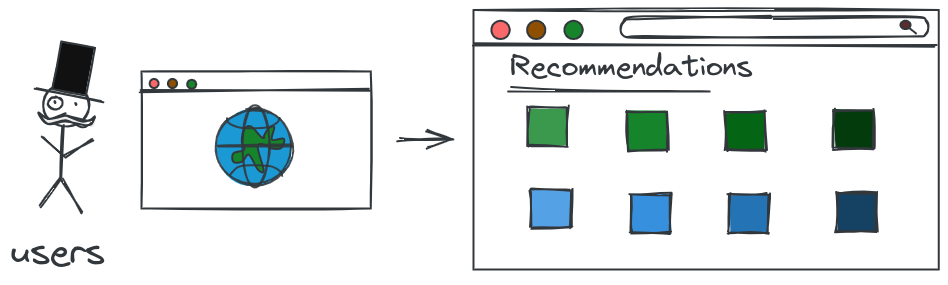
This is public/img/rec.png from shulavkarki/shulav.github.io, a Excalidraw export, as it was before one commit. Source tidied: one line per element, renumbered; positions are measured from the earlier drawing's top-left corner, leaving out a move shared by most shapes.
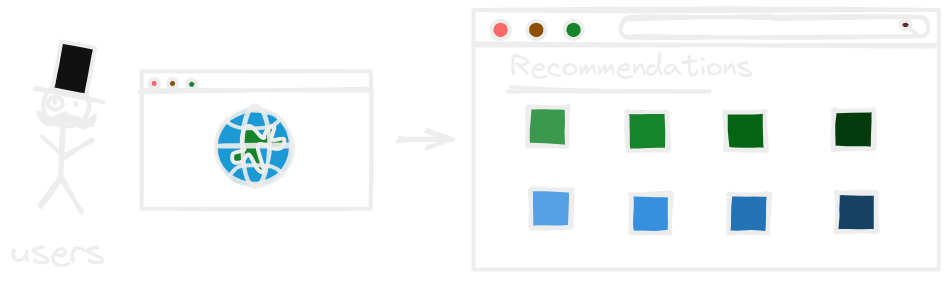
The same file after the commit.

Commit message:
recsys cover added.

Change to the diagram source:
```diff
@@ -1,43 +1,43 @@
-{"id": 0, "type": "arrow", "strokeColor": "#ced4da", "strokeWidth": 2, "roughness": 2, "endArrowhead": "arrow", "from": 26, "to": 1, "x": 388, "y": 131, "width": 52, "height": 2, "points": [[0, 0], [52, -2]]}
+{"id": 0, "type": "arrow", "strokeColor": "#000000", "strokeWidth": 4, "roughness": 2, "endArrowhead": "arrow", "from": 26, "to": 1, "x": 388, "y": 131, "width": 52, "height": 2, "points": [[0, 0], [52, -2]]}
-{"id": 1, "type": "rectangle", "strokeColor": "#ced4da", "strokeWidth": 2, "roughness": 1, "x": 464, "y": 0, "width": 465, "height": 259}
+{"id": 1, "type": "rectangle", "strokeColor": "#000000", "strokeWidth": 4, "roughness": 1, "x": 464, "y": 0, "width": 465, "height": 259}
-{"id": 2, "type": "line", "strokeColor": "#ced4da", "strokeWidth": 2, "roughness": 1, "round": true, "x": 463, "y": 34, "width": 462, "height": 2, "points": [[0, 0], [462, 2]]}
+{"id": 2, "type": "line", "strokeColor": "#000000", "strokeWidth": 4, "roughness": 1, "round": true, "x": 463, "y": 34, "width": 462, "height": 2, "points": [[0, 0], [462, 2]]}
-{"id": 3, "type": "text", "text": "Recommendations", "strokeColor": "#ced4da", "strokeWidth": 2, "roughness": 2, "fontSize": 29.79, "fontFamily": 1, "x": 500, "y": 39, "width": 243, "height": 37}
+{"id": 3, "type": "text", "text": "Recommendations", "strokeColor": "#000000", "strokeWidth": 4, "roughness": 2, "fontSize": 29.79, "fontFamily": 1, "x": 500, "y": 39, "width": 243, "height": 37}
-{"id": 4, "type": "rectangle", "strokeColor": "#ced4da", "backgroundColor": "#2f9e44", "fillStyle": "solid", "strokeWidth": 2, "roughness": 2, "x": 518, "y": 97, "width": 39, "height": 38}
+{"id": 4, "type": "rectangle", "strokeColor": "#000000", "backgroundColor": "#2f9e44", "fillStyle": "solid", "strokeWidth": 4, "roughness": 2, "x": 518, "y": 97, "width": 39, "height": 38}
-{"id": 5, "type": "line", "strokeColor": "#ced4da", "strokeWidth": 2, "roughness": 1, "round": true, "x": 762, "y": 7, "width": 303, "height": 20, "points": [[0, 0], [134, 0], [153, 4], [153, 18], [134, 20], [0, 20], [-124, 20], [-148, 20], [-149, 5], [-129, 0], [0, 0]]}
+{"id": 5, "type": "line", "strokeColor": "#000000", "strokeWidth": 4, "roughness": 1, "round": true, "x": 762, "y": 7, "width": 303, "height": 20, "points": [[0, 0], [134, 0], [153, 4], [153, 18], [134, 20], [0, 20], [-124, 20], [-148, 20], [-149, 5], [-129, 0], [0, 0]]}
-{"id": 6, "type": "line", "strokeColor": "#ced4da", "strokeWidth": 2, "roughness": 2, "x": 502, "y": 78, "width": 200, "height": 2, "points": [[0, 0], [200, 2]]}
+{"id": 6, "type": "line", "strokeColor": "#000000", "strokeWidth": 4, "roughness": 2, "x": 502, "y": 78, "width": 200, "height": 2, "points": [[0, 0], [200, 2]]}
-{"id": 7, "type": "rectangle", "strokeColor": "#ced4da", "backgroundColor": "#69db7c", "fillStyle": "solid", "strokeWidth": 2, "roughness": 2, "x": 716, "y": 102, "width": 39, "height": 38}
+{"id": 7, "type": "rectangle", "strokeColor": "#000000", "backgroundColor": "#69db7c", "fillStyle": "solid", "strokeWidth": 4, "roughness": 2, "x": 716, "y": 102, "width": 39, "height": 38}
-{"id": 8, "type": "rectangle", "strokeColor": "#ced4da", "backgroundColor": "#40c057", "fillStyle": "solid", "strokeWidth": 2, "roughness": 2, "x": 618, "y": 102, "width": 39, "height": 38}
+{"id": 8, "type": "rectangle", "strokeColor": "#000000", "backgroundColor": "#40c057", "fillStyle": "solid", "strokeWidth": 4, "roughness": 2, "x": 618, "y": 102, "width": 39, "height": 38}
-{"id": 9, "type": "rectangle", "strokeColor": "#ced4da", "backgroundColor": "#b2f2bb", "fillStyle": "solid", "strokeWidth": 2, "roughness": 2, "x": 824, "y": 101, "width": 39, "height": 38}
+{"id": 9, "type": "rectangle", "strokeColor": "#000000", "backgroundColor": "#b2f2bb", "fillStyle": "solid", "strokeWidth": 4, "roughness": 2, "x": 824, "y": 101, "width": 39, "height": 38}
-{"id": 10, "type": "rectangle", "strokeColor": "#ced4da", "backgroundColor": "#1971c2", "fillStyle": "solid", "strokeWidth": 2, "roughness": 2, "x": 521, "y": 180, "width": 39, "height": 38}
+{"id": 10, "type": "rectangle", "strokeColor": "#000000", "backgroundColor": "#1971c2", "fillStyle": "solid", "strokeWidth": 4, "roughness": 2, "x": 521, "y": 180, "width": 39, "height": 38}
-{"id": 11, "type": "rectangle", "strokeColor": "#ced4da", "backgroundColor": "#4dabf7", "fillStyle": "solid", "strokeWidth": 2, "roughness": 2, "x": 719, "y": 185, "width": 39, "height": 38}
+{"id": 11, "type": "rectangle", "strokeColor": "#000000", "backgroundColor": "#4dabf7", "fillStyle": "solid", "strokeWidth": 4, "roughness": 2, "x": 719, "y": 185, "width": 39, "height": 38}
-{"id": 12, "type": "rectangle", "strokeColor": "#ced4da", "backgroundColor": "#228be6", "fillStyle": "solid", "strokeWidth": 2, "roughness": 2, "x": 621, "y": 185, "width": 39, "height": 38}
+{"id": 12, "type": "rectangle", "strokeColor": "#000000", "backgroundColor": "#228be6", "fillStyle": "solid", "strokeWidth": 4, "roughness": 2, "x": 621, "y": 185, "width": 39, "height": 38}
-{"id": 13, "type": "rectangle", "strokeColor": "#ced4da", "backgroundColor": "#a5d8ff", "fillStyle": "solid", "strokeWidth": 2, "roughness": 2, "x": 827, "y": 183, "width": 39, "height": 38}
+{"id": 13, "type": "rectangle", "strokeColor": "#000000", "backgroundColor": "#a5d8ff", "fillStyle": "solid", "strokeWidth": 4, "roughness": 2, "x": 827, "y": 183, "width": 39, "height": 38}
-{"id": 14, "type": "ellipse", "strokeColor": "#ced4da", "strokeWidth": 2, "roughness": 1, "x": 33, "y": 74, "width": 47, "height": 43}
+{"id": 14, "type": "ellipse", "strokeColor": "#000000", "strokeWidth": 4, "roughness": 1, "x": 33, "y": 74, "width": 47, "height": 43}
-{"id": 15, "type": "line", "strokeColor": "#ced4da", "backgroundColor": "#ced4da", "fillStyle": "solid", "strokeWidth": 2, "roughness": 1, "round": true, "x": 54, "y": 116, "width": 2, "height": 52, "points": [[0, 0], [-2, 52]]}
+{"id": 15, "type": "line", "strokeColor": "#000000", "backgroundColor": "#ced4da", "fillStyle": "solid", "strokeWidth": 4, "roughness": 1, "round": true, "x": 54, "y": 116, "width": 2, "height": 52, "points": [[0, 0], [-2, 52]]}
-{"id": 16, "type": "line", "strokeColor": "#ced4da", "backgroundColor": "#ced4da", "fillStyle": "solid", "strokeWidth": 2, "roughness": 1, "round": true, "x": 51, "y": 170, "width": 21, "height": 32, "points": [[0, 0], [21, 32]]}
+{"id": 16, "type": "line", "strokeColor": "#000000", "backgroundColor": "#ced4da", "fillStyle": "solid", "strokeWidth": 4, "roughness": 1, "round": true, "x": 51, "y": 170, "width": 21, "height": 32, "points": [[0, 0], [21, 32]]}
-{"id": 17, "type": "line", "strokeColor": "#ced4da", "backgroundColor": "#ced4da", "fillStyle": "solid", "strokeWidth": 2, "roughness": 1, "round": true, "x": 51, "y": 169, "width": 20, "height": 27, "points": [[0, 0], [-20, 27]]}
+{"id": 17, "type": "line", "strokeColor": "#000000", "backgroundColor": "#ced4da", "fillStyle": "solid", "strokeWidth": 4, "roughness": 1, "round": true, "x": 51, "y": 169, "width": 20, "height": 27, "points": [[0, 0], [-20, 27]]}
-{"id": 18, "type": "line", "strokeColor": "#ced4da", "backgroundColor": "#ced4da", "fillStyle": "solid", "strokeWidth": 2, "roughness": 1, "round": true, "x": 33, "y": 126, "width": 20, "height": 19, "points": [[0, 0], [20, 19]]}
+{"id": 18, "type": "line", "strokeColor": "#000000", "backgroundColor": "#ced4da", "fillStyle": "solid", "strokeWidth": 4, "roughness": 1, "round": true, "x": 33, "y": 126, "width": 20, "height": 19, "points": [[0, 0], [20, 19]]}
-{"id": 19, "type": "line", "strokeColor": "#ced4da", "backgroundColor": "#ced4da", "fillStyle": "solid", "strokeWidth": 2, "roughness": 1, "round": true, "x": 55, "y": 146, "width": 29, "height": 16, "points": [[0, 0], [29, -16]]}
+{"id": 19, "type": "line", "strokeColor": "#000000", "backgroundColor": "#ced4da", "fillStyle": "solid", "strokeWidth": 4, "roughness": 1, "round": true, "x": 55, "y": 146, "width": 29, "height": 16, "points": [[0, 0], [29, -16]]}
-{"id": 20, "type": "line", "strokeColor": "#ced4da", "strokeWidth": 2, "roughness": 1, "round": true, "x": 25, "y": 78, "width": 67, "height": 14, "points": [[0, 0], [67, 14]]}
+{"id": 20, "type": "line", "strokeColor": "#000000", "strokeWidth": 4, "roughness": 1, "round": true, "x": 25, "y": 78, "width": 67, "height": 14, "points": [[0, 0], [67, 14]]}
-{"id": 21, "type": "rectangle", "strokeColor": "#ced4da", "angle": 0.19, "backgroundColor": "#fff", "fillStyle": "solid", "strokeWidth": 2, "roughness": 1, "x": 46, "y": 34, "width": 34, "height": 48}
+{"id": 21, "type": "rectangle", "strokeColor": "#000000", "angle": 0.19, "backgroundColor": "#fff", "fillStyle": "solid", "strokeWidth": 4, "roughness": 1, "x": 46, "y": 34, "width": 34, "height": 48}
-{"id": 22, "type": "line", "strokeColor": "#ced4da", "backgroundColor": "#000", "fillStyle": "solid", "strokeWidth": 2, "roughness": 1, "round": true, "x": 56, "y": 104, "width": 56, "height": 13, "points": [[0, 0], [17, 6], [24, 6], [29, 2], [25, 11], [17, 11], [0, 7], [-17, 9], [-27, -2], [-17, 4], [0, 0]]}
+{"id": 22, "type": "line", "strokeColor": "#000000", "backgroundColor": "#000", "fillStyle": "solid", "strokeWidth": 4, "roughness": 1, "round": true, "x": 56, "y": 104, "width": 56, "height": 13, "points": [[0, 0], [17, 6], [24, 6], [29, 2], [25, 11], [17, 11], [0, 7], [-17, 9], [-27, -2], [-17, 4], [0, 0]]}
-{"id": 23, "type": "ellipse", "strokeColor": "#ced4da", "strokeWidth": 2, "roughness": 1, "x": 38, "y": 87, "width": 15, "height": 12}
+{"id": 23, "type": "ellipse", "strokeColor": "#000000", "strokeWidth": 4, "roughness": 1, "x": 38, "y": 87, "width": 15, "height": 12}
-{"id": 24, "type": "ellipse", "strokeColor": "#ced4da", "strokeWidth": 2, "roughness": 1, "x": 45, "y": 92, "width": 1, "height": 1}
+{"id": 24, "type": "ellipse", "strokeColor": "#000000", "strokeWidth": 4, "roughness": 1, "x": 45, "y": 92, "width": 1, "height": 1}
-{"id": 25, "type": "ellipse", "strokeColor": "#ced4da", "strokeWidth": 2, "roughness": 1, "x": 65, "y": 93, "width": 1, "height": 1}
+{"id": 25, "type": "ellipse", "strokeColor": "#000000", "strokeWidth": 4, "roughness": 1, "x": 65, "y": 93, "width": 1, "height": 1}
-{"id": 26, "type": "rectangle", "strokeColor": "#ced4da", "strokeWidth": 2, "roughness": 1, "x": 132, "y": 61, "width": 229, "height": 137}
+{"id": 26, "type": "rectangle", "strokeColor": "#000000", "strokeWidth": 4, "roughness": 1, "x": 132, "y": 61, "width": 229, "height": 137}
-{"id": 27, "type": "line", "strokeColor": "#ced4da", "strokeWidth": 2, "roughness": 1, "round": true, "x": 130, "y": 81, "width": 231, "height": 0, "points": [[0, 0], [231, 0]]}
+{"id": 27, "type": "line", "strokeColor": "#000000", "strokeWidth": 4, "roughness": 1, "round": true, "x": 130, "y": 81, "width": 231, "height": 0, "points": [[0, 0], [231, 0]]}
-{"id": 28, "type": "ellipse", "strokeColor": "#ced4da", "backgroundColor": "#fa5252", "fillStyle": "solid", "strokeWidth": 2, "roughness": 0, "x": 140, "y": 69, "width": 9, "height": 9}
+{"id": 28, "type": "ellipse", "strokeColor": "#000000", "backgroundColor": "#fa5252", "fillStyle": "solid", "strokeWidth": 4, "roughness": 0, "x": 140, "y": 69, "width": 9, "height": 9}
-{"id": 29, "type": "ellipse", "strokeColor": "#ced4da", "backgroundColor": "#fab005", "fillStyle": "solid", "strokeWidth": 2, "roughness": 0, "x": 158, "y": 69, "width": 9, "height": 9}
+{"id": 29, "type": "ellipse", "strokeColor": "#000000", "backgroundColor": "#fab005", "fillStyle": "solid", "strokeWidth": 4, "roughness": 0, "x": 158, "y": 69, "width": 9, "height": 9}
-{"id": 30, "type": "ellipse", "strokeColor": "#ced4da", "backgroundColor": "#40c057", "fillStyle": "solid", "strokeWidth": 2, "roughness": 0, "x": 177, "y": 70, "width": 9, "height": 9}
+{"id": 30, "type": "ellipse", "strokeColor": "#000000", "backgroundColor": "#40c057", "fillStyle": "solid", "strokeWidth": 4, "roughness": 0, "x": 177, "y": 70, "width": 9, "height": 9}
-{"id": 31, "type": "ellipse", "strokeColor": "#ced4da", "backgroundColor": "#04aaf7", "fillStyle": "solid", "strokeWidth": 2, "roughness": 1, "opacity": 90, "x": 206, "y": 99, "width": 77, "height": 77}
+{"id": 31, "type": "ellipse", "strokeColor": "#000000", "backgroundColor": "#04aaf7", "fillStyle": "solid", "strokeWidth": 4, "roughness": 1, "opacity": 90, "x": 206, "y": 99, "width": 77, "height": 77}
-{"id": 32, "type": "line", "strokeColor": "#ced4da", "backgroundColor": "#40c057", "fillStyle": "solid", "strokeWidth": 2, "roughness": 0, "round": true, "x": 254, "y": 128, "width": 51, "height": 44, "points": [[0, 0], [-3, -1], [-14, -11], [-20, -8], [-23, 4], [-20, 12], [-31, 16], [-31, 24], [-22, 24], [-16, 17], [-6, 32], [-1, 33], [-7, 9], [2, 8], [6, 11], [17, 11], [19, 1], [8, 2], [10, -10], [4, -10], [0, -2], [0, 0]]}
+{"id": 32, "type": "line", "strokeColor": "#000000", "backgroundColor": "#40c057", "fillStyle": "solid", "strokeWidth": 4, "roughness": 0, "round": true, "x": 254, "y": 128, "width": 51, "height": 44, "points": [[0, 0], [-3, -1], [-14, -11], [-20, -8], [-23, 4], [-20, 12], [-31, 16], [-31, 24], [-22, 24], [-16, 17], [-6, 32], [-1, 33], [-7, 9], [2, 8], [6, 11], [17, 11], [19, 1], [8, 2], [10, -10], [4, -10], [0, -2], [0, 0]]}
-{"id": 33, "type": "line", "strokeColor": "#ced4da", "backgroundColor": "#99bcff", "fillStyle": "solid", "strokeWidth": 2, "roughness": 1, "opacity": 90, "round": true, "x": 208, "y": 136, "width": 75, "height": 0, "points": [[0, 0], [75, 0]]}
+{"id": 33, "type": "line", "strokeColor": "#000000", "backgroundColor": "#99bcff", "fillStyle": "solid", "strokeWidth": 4, "roughness": 1, "opacity": 90, "round": true, "x": 208, "y": 136, "width": 75, "height": 0, "points": [[0, 0], [75, 0]]}
-{"id": 34, "type": "line", "strokeColor": "#ced4da", "backgroundColor": "#99bcff", "fillStyle": "solid", "strokeWidth": 2, "roughness": 0, "opacity": 90, "round": true, "x": 217, "y": 108, "width": 53, "height": 10, "points": [[0, 0], [1, 4], [7, 7], [15, 10], [28, 10], [42, 8], [51, 4], [53, 0]]}
+{"id": 34, "type": "line", "strokeColor": "#000000", "backgroundColor": "#99bcff", "fillStyle": "solid", "strokeWidth": 4, "roughness": 0, "opacity": 90, "round": true, "x": 217, "y": 108, "width": 53, "height": 10, "points": [[0, 0], [1, 4], [7, 7], [15, 10], [28, 10], [42, 8], [51, 4], [53, 0]]}
-{"id": 35, "type": "ellipse", "strokeColor": "#ced4da", "strokeWidth": 2, "roughness": 1, "opacity": 90, "x": 231, "y": 96, "width": 28, "height": 80}
+{"id": 35, "type": "ellipse", "strokeColor": "#000000", "strokeWidth": 4, "roughness": 1, "opacity": 90, "x": 231, "y": 96, "width": 28, "height": 80}
-{"id": 36, "type": "line", "strokeColor": "#ced4da", "backgroundColor": "#99bcff", "fillStyle": "solid", "strokeWidth": 2, "roughness": 0, "opacity": 90, "round": true, "x": 220, "y": 165, "width": 53, "height": 11, "points": [[0, 0], [7, -8], [15, -10], [28, -10], [42, -9], [51, -4], [53, 0]]}
+{"id": 36, "type": "line", "strokeColor": "#000000", "backgroundColor": "#99bcff", "fillStyle": "solid", "strokeWidth": 4, "roughness": 0, "opacity": 90, "round": true, "x": 220, "y": 165, "width": 53, "height": 11, "points": [[0, 0], [7, -8], [15, -10], [28, -10], [42, -9], [51, -4], [53, 0]]}
-{"id": 37, "type": "text", "text": "users", "strokeColor": "#ced4da", "backgroundColor": "#a5d8ff", "fillStyle": "hachure", "strokeWidth": 2, "roughness": 2, "fontSize": 36, "fontFamily": 1, "x": 0, "y": 220, "width": 95, "height": 45}
+{"id": 37, "type": "text", "text": "users", "strokeColor": "#000000", "backgroundColor": "#a5d8ff", "fillStyle": "hachure", "strokeWidth": 4, "roughness": 2, "fontSize": 36, "fontFamily": 1, "x": 0, "y": 220, "width": 95, "height": 45}
-{"id": 38, "type": "ellipse", "strokeColor": "#ced4da", "backgroundColor": "#fa5252", "fillStyle": "solid", "strokeWidth": 2, "roughness": 0, "x": 481, "y": 11, "width": 18, "height": 18}
+{"id": 38, "type": "ellipse", "strokeColor": "#000000", "backgroundColor": "#fa5252", "fillStyle": "solid", "strokeWidth": 4, "roughness": 0, "x": 481, "y": 11, "width": 18, "height": 18}
-{"id": 39, "type": "ellipse", "strokeColor": "#ced4da", "backgroundColor": "#fab005", "fillStyle": "solid", "strokeWidth": 2, "roughness": 0, "x": 517, "y": 11, "width": 18, "height": 18}
+{"id": 39, "type": "ellipse", "strokeColor": "#000000", "backgroundColor": "#fab005", "fillStyle": "solid", "strokeWidth": 4, "roughness": 0, "x": 517, "y": 11, "width": 18, "height": 18}
-{"id": 40, "type": "ellipse", "strokeColor": "#ced4da", "backgroundColor": "#40c057", "fillStyle": "solid", "strokeWidth": 2, "roughness": 0, "x": 554, "y": 11, "width": 18, "height": 18}
+{"id": 40, "type": "ellipse", "strokeColor": "#000000", "backgroundColor": "#40c057", "fillStyle": "solid", "strokeWidth": 4, "roughness": 0, "x": 554, "y": 11, "width": 18, "height": 18}
-{"id": 41, "type": "ellipse", "strokeColor": "#ced4da", "backgroundColor": "#ffc9c9", "fillStyle": "solid", "strokeWidth": 2, "roughness": 0, "x": 891, "y": 11, "width": 10, "height": 8}
+{"id": 41, "type": "ellipse", "strokeColor": "#000000", "backgroundColor": "#ffc9c9", "fillStyle": "solid", "strokeWidth": 4, "roughness": 0, "x": 891, "y": 11, "width": 10, "height": 8}
-{"id": 42, "type": "line", "strokeColor": "#ced4da", "backgroundColor": "#ffc9c9", "fillStyle": "solid", "strokeWidth": 2, "roughness": 0, "x": 900, "y": 18, "width": 6, "height": 5, "points": [[0, 0], [6, 5]]}
+{"id": 42, "type": "line", "strokeColor": "#000000", "backgroundColor": "#ffc9c9", "fillStyle": "solid", "strokeWidth": 4, "roughness": 0, "x": 900, "y": 18, "width": 6, "height": 5, "points": [[0, 0], [6, 5]]}
```
